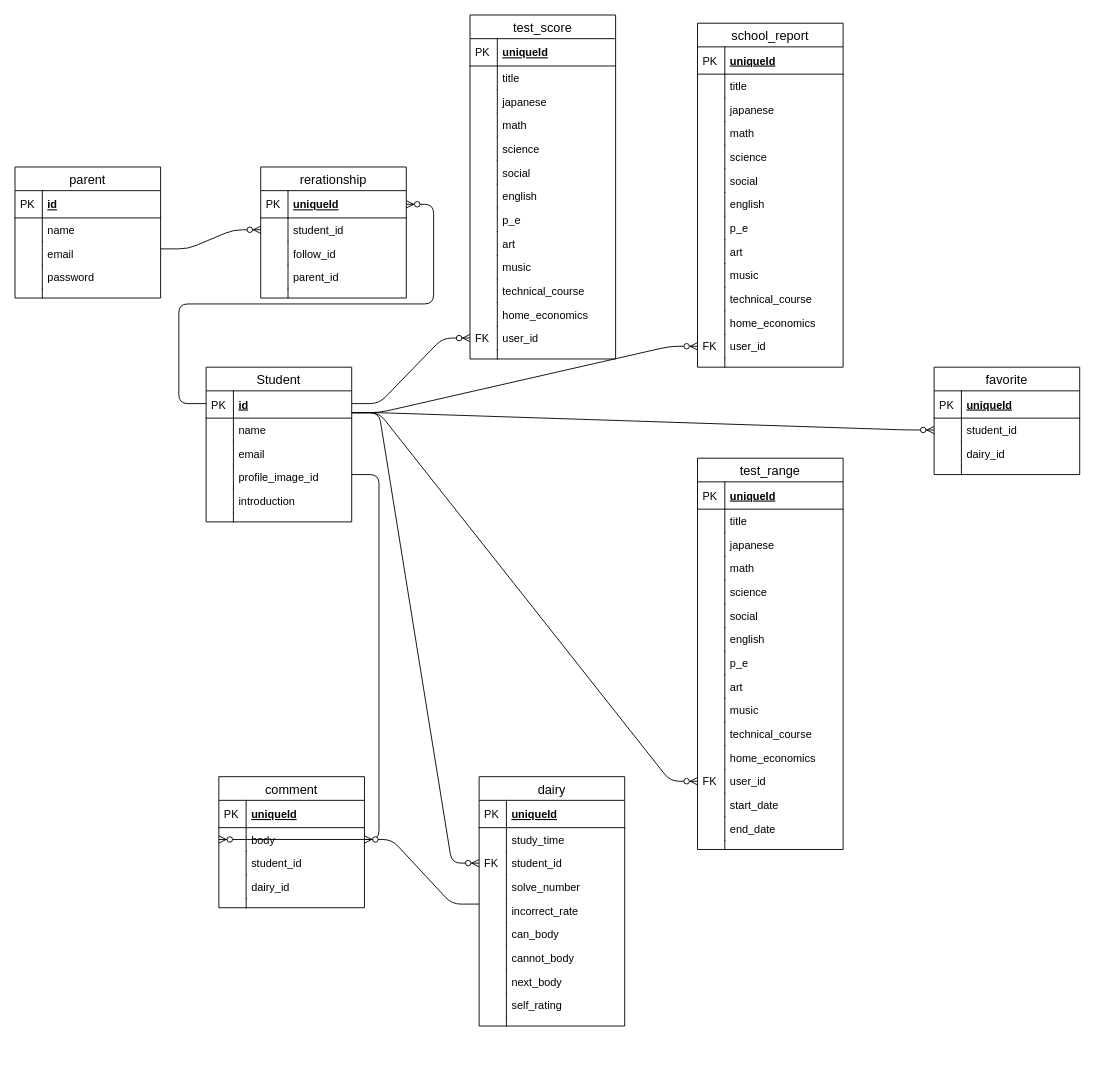
The draw.io diagram ER.drawio in na-toyoshima/learning_management, before the edit. Source tidied: cells renumbered, new cells numbered last; positions are measured from the earlier drawing's top-left corner, leaving out a move shared by most shapes. Both pictures are drawn from the tidied source at 91%, with x=0, y=0 at pixel (15, 15).
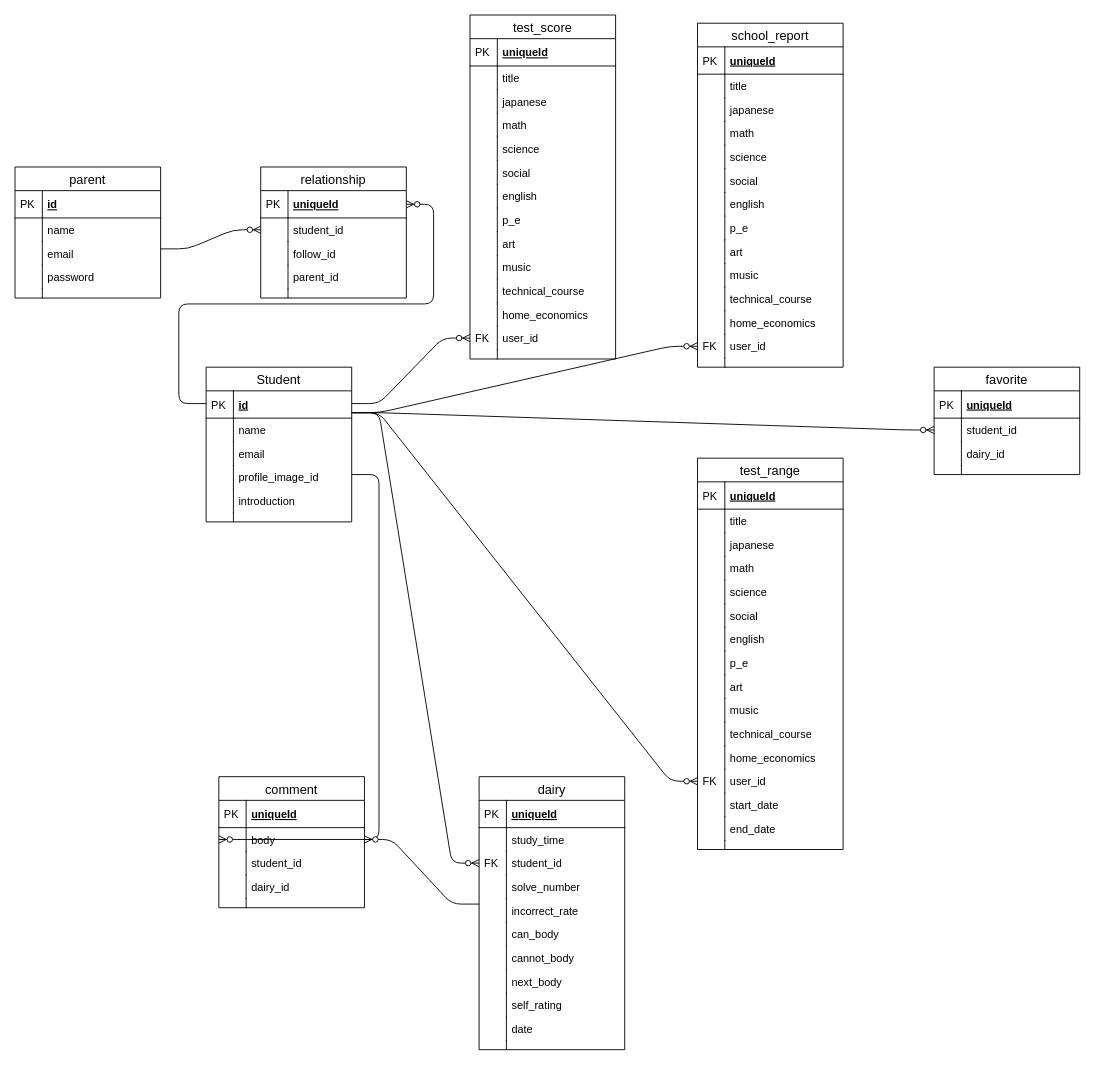
Above is the later version.

What changed in the source:
```diff
@@
     <mxCell id="56" value="dairy" style="swimlane;fontStyle=0;horizontal=1;startSize=26;align=center;fontSize=14;" parent="1" vertex="1">
-      <mxGeometry x="510" y="837" width="160" height="274" as="geometry" />
+      <mxGeometry x="510" y="837" width="160" height="300" as="geometry" />
     </mxCell>
@@
+    <mxCell id="178" value="date" style="shape=partialRectangle;top=0;left=0;right=0;bottom=0;align=left;verticalAlign=top;fillColor=none;spacingLeft=34;spacingRight=4;overflow=hidden;fontSize=12;" parent="56" vertex="1">
+      <mxGeometry y="264" width="160" height="26" as="geometry" />
+    </mxCell>
+    <mxCell id="179" style="shape=partialRectangle;top=0;left=0;bottom=0;fillColor=none;align=left;verticalAlign=top;spacingLeft=4;spacingRight=4;overflow=hidden;fontSize=12;" parent="178" vertex="1">
+      <mxGeometry width="30" height="26" as="geometry" />
+    </mxCell>
     <mxCell id="75" style="shape=partialRectangle;top=0;left=0;right=0;bottom=0;align=left;verticalAlign=top;fillColor=none;spacingLeft=34;spacingRight=4;overflow=hidden;fontSize=12;" parent="56" vertex="1">
-      <mxGeometry y="264" width="160" height="10" as="geometry" />
+      <mxGeometry y="290" width="160" height="10" as="geometry" />
     </mxCell>
@@
-    <mxCell id="163" value="rerationship" style="swimlane;fontStyle=0;horizontal=1;startSize=26;align=center;fontSize=14;" parent="1" vertex="1">
+    <mxCell id="163" value="relationship" style="swimlane;fontStyle=0;horizontal=1;startSize=26;align=center;fontSize=14;" parent="1" vertex="1">
       <mxGeometry x="270" y="167" width="160" height="144" as="geometry" />
     </mxCell>
```
